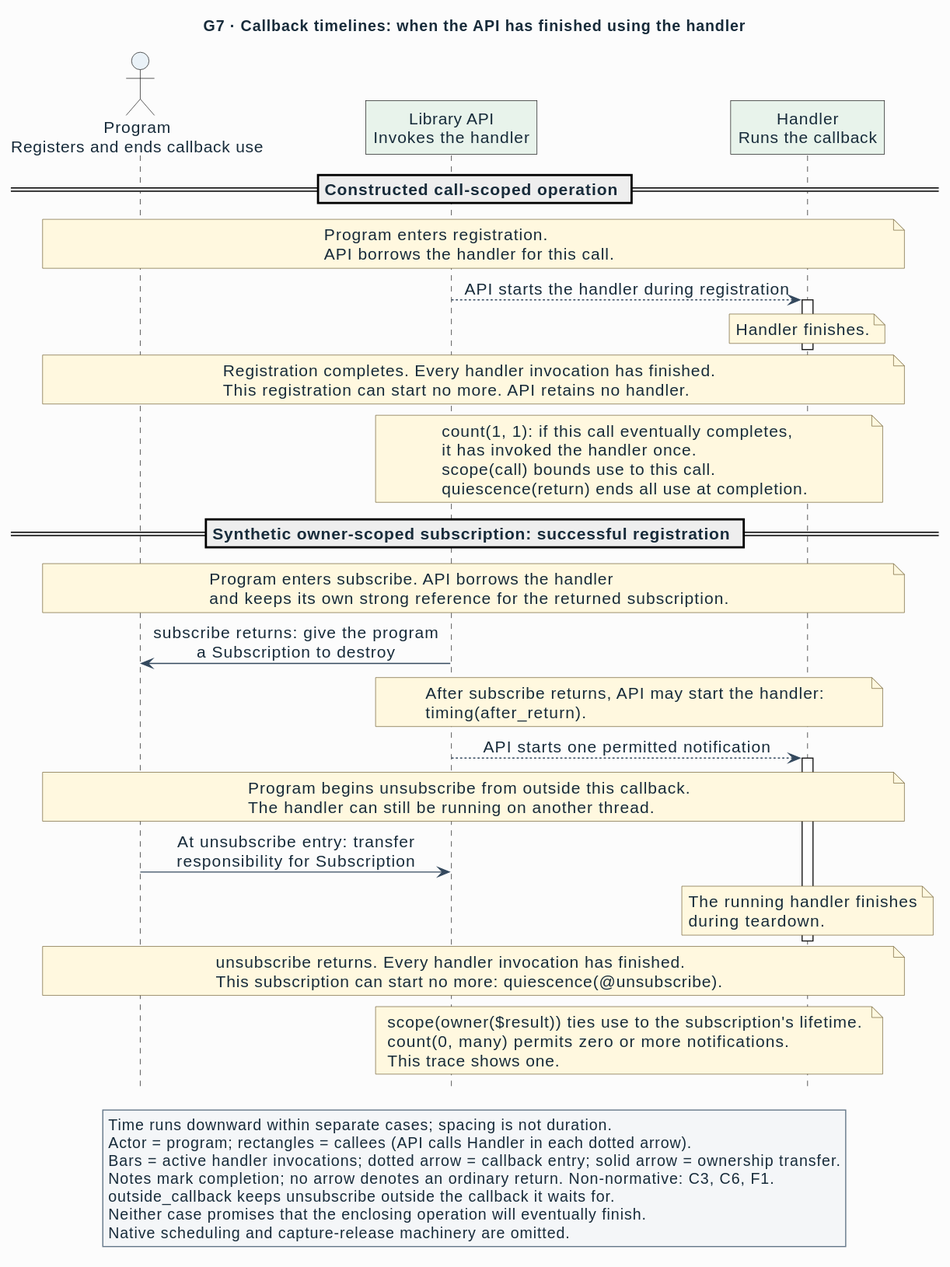
The PlantUML diagram semantic/specification/interface-language/figures/g7-callbacks.svg in Linkuistics/APIAnyware, before a commit. Its source is kept beside it as semantic/specification/interface-language/figures/g7-callbacks.puml.
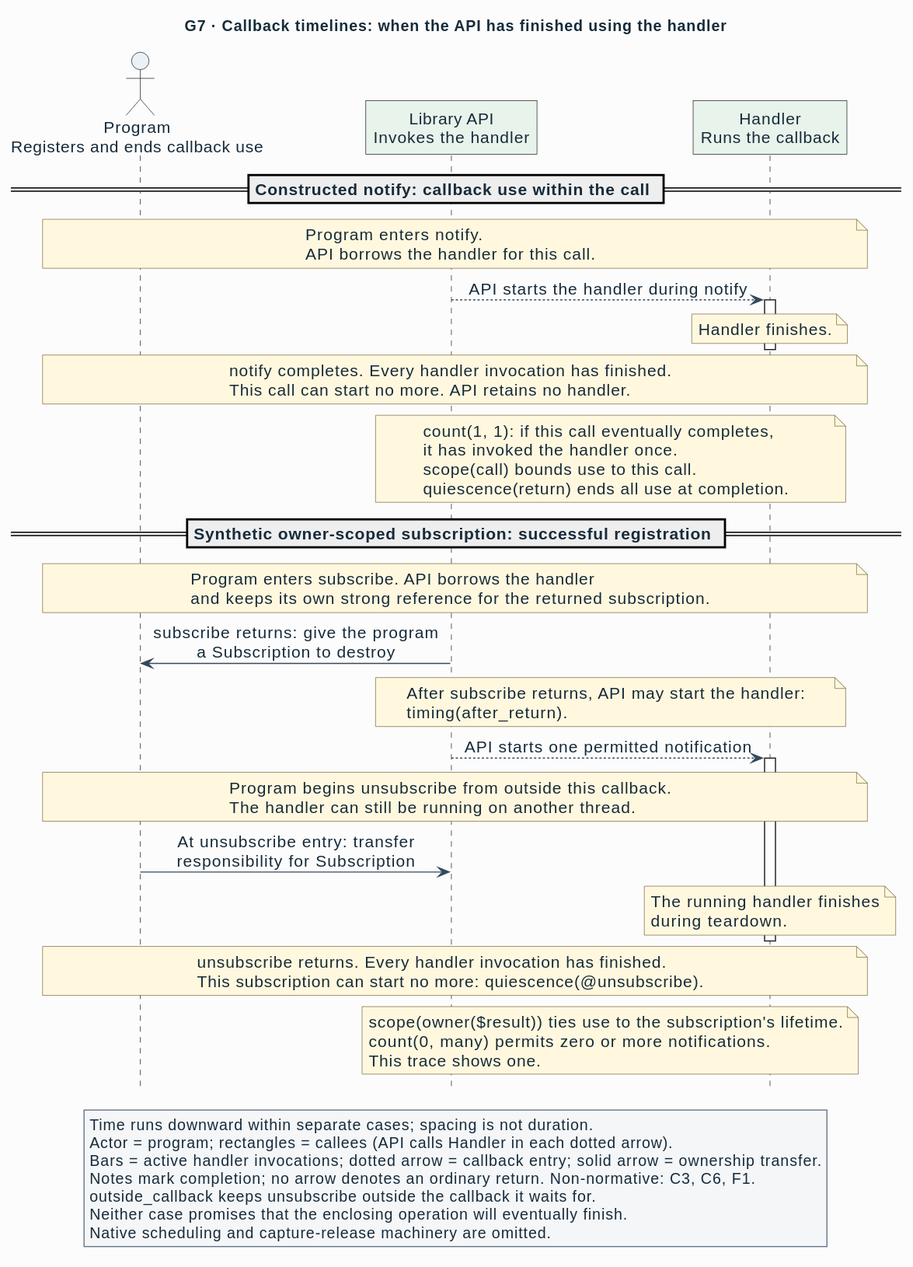
Later version of the same file.

Commit message:
concepts-k58: align figure notation and expose concept comparisons

The edit, as a diff of the source:
```diff
@@ -5,18 +5,18 @@
 $caller(client, "Program\nRegisters and ends callback use")
 $callee(api, "Library API\nInvokes the handler")
 $callee(handler, "Handler\nRuns the callback")
-== Constructed call-scoped operation ==
+== Constructed notify: callback use within the call ==
 note over client, handler
-  Program enters registration.
+  Program enters notify.
   API borrows the handler for this call.
 end note
-api -[dotted]> handler : API starts the handler during registration
+api -[dotted]> handler : API starts the handler during notify
 activate handler
 note over handler : Handler finishes.
 deactivate handler
 note over client, handler
-  Registration completes. Every handler invocation has finished.
-  This registration can start no more. API retains no handler.
+  notify completes. Every handler invocation has finished.
+  This call can start no more. API retains no handler.
 end note
 note over api, handler
   count(1, 1): if this call eventually completes,
```
